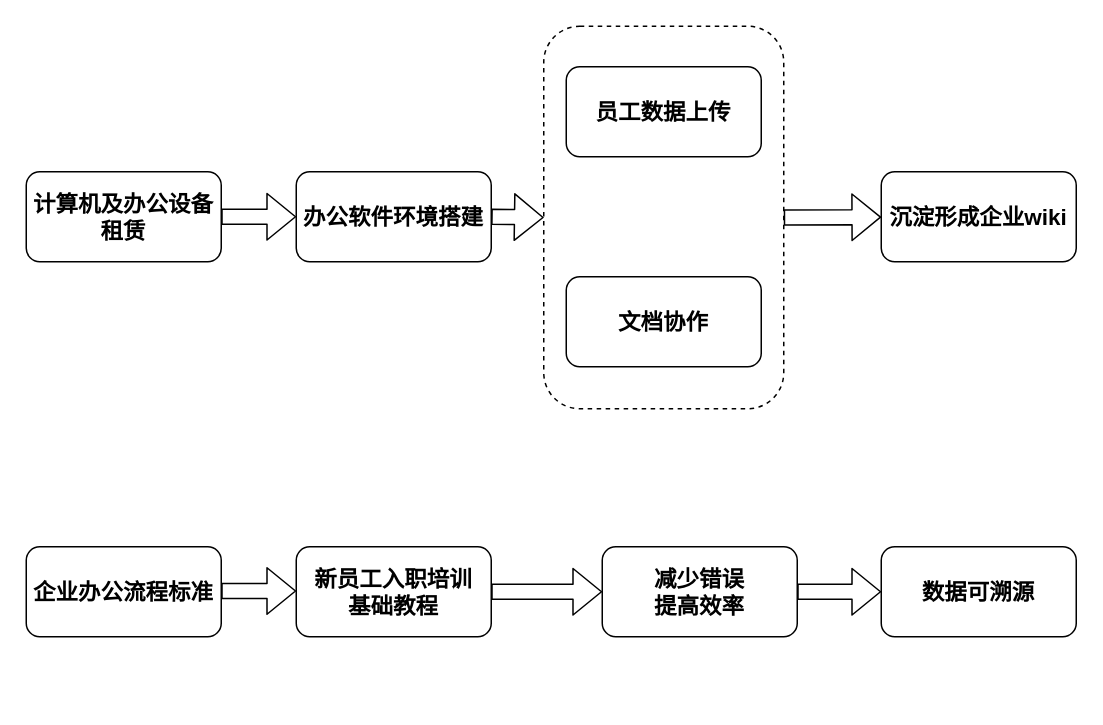
Before: 办公区监控及WiFi.drawio in UTOUUCENTER-CD/Adv-Mathematics, a draw.io diagram. Source tidied: cells renumbered, new cells numbered last; positions are measured from the earlier drawing's top-left corner, leaving out a move shared by most shapes. Both pictures are drawn from the tidied source at 150%, with x=0, y=0 at pixel (26, 26).
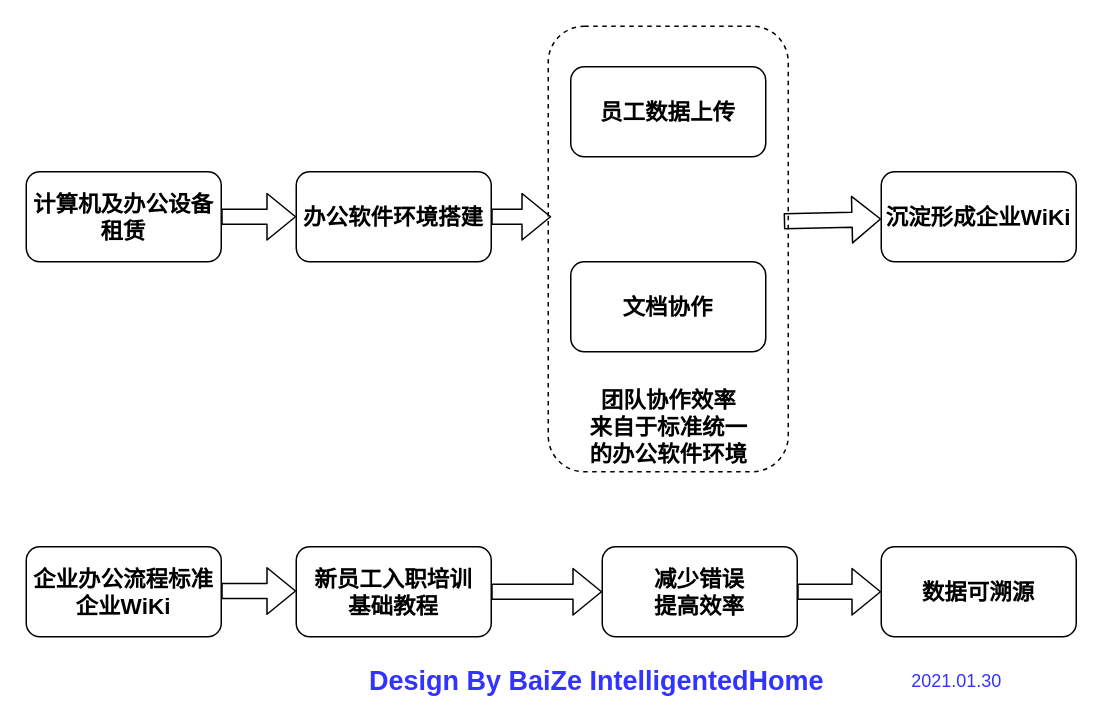
The same diagram, later.

Commit message (it also covers changes not shown here):
Update 办公区监控及WiFi.drawio

The change refers to these unchanged cells:
```xml
<mxCell id="4" value="办公软件环境搭建" style="rounded=1;whiteSpace=wrap;html=1;fontStyle=1;fontSize=15;" parent="1" vertex="1">
  <mxGeometry x="180" y="97" width="130" height="60" as="geometry" />
</mxCell>
```

What changed in the source:
```diff
@@
     <mxCell id="2" style="rounded=1;whiteSpace=wrap;html=1;dashed=1;" parent="1" vertex="1">
-      <mxGeometry x="345" width="160" height="255" as="geometry" />
+      <mxGeometry x="348" width="160" height="297" as="geometry" />
     </mxCell>
@@
     <mxCell id="5" value="员工数据上传" style="rounded=1;whiteSpace=wrap;html=1;fontStyle=1;fontSize=15;" parent="1" vertex="1">
-      <mxGeometry x="360" y="27" width="130" height="60" as="geometry" />
+      <mxGeometry x="363" y="27" width="130" height="60" as="geometry" />
     </mxCell>
     <mxCell id="6" value="文档协作" style="rounded=1;whiteSpace=wrap;html=1;fontStyle=1;fontSize=15;" parent="1" vertex="1">
-      <mxGeometry x="360" y="167" width="130" height="60" as="geometry" />
+      <mxGeometry x="363" y="157" width="130" height="60" as="geometry" />
     </mxCell>
-    <mxCell id="7" value="沉淀形成企业wiki" style="rounded=1;whiteSpace=wrap;html=1;fontStyle=1;fontSize=15;" parent="1" vertex="1">
+    <mxCell id="7" value="沉淀形成企业WiKi" style="rounded=1;whiteSpace=wrap;html=1;fontStyle=1;fontSize=15;" parent="1" vertex="1">
       <mxGeometry x="570" y="97" width="130" height="60" as="geometry" />
     </mxCell>
@@
-    <mxCell id="9" style="shape=flexArrow;endArrow=classic;html=1;exitX=1;exitY=0.5;exitDx=0;exitDy=0;entryX=0;entryY=0.5;entryDx=0;entryDy=0;" parent="1" edge="1" source="4" target="2">
-      <mxGeometry relative="1" as="geometry" />
+    <mxCell id="9" style="shape=flexArrow;endArrow=classic;html=1;exitX=1;exitY=0.5;exitDx=0;exitDy=0;" parent="1" edge="1" source="4">
+      <mxGeometry relative="1" as="geometry">
+        <mxPoint x="350" y="127" as="targetPoint" />
+      </mxGeometry>
     </mxCell>
-    <mxCell id="10" style="shape=flexArrow;endArrow=classic;html=1;exitX=1;exitY=0.5;exitDx=0;exitDy=0;" parent="1" edge="1" source="2" target="7">
-      <mxGeometry relative="1" as="geometry" />
+    <mxCell id="10" style="shape=flexArrow;endArrow=classic;html=1;" parent="1" edge="1" target="7">
+      <mxGeometry relative="1" as="geometry">
+        <mxPoint x="505" y="130" as="sourcePoint" />
+      </mxGeometry>
     </mxCell>
-    <mxCell id="11" value="企业办公流程标准" style="rounded=1;whiteSpace=wrap;html=1;fontStyle=1;fontSize=15;" parent="1" vertex="1">
+    <mxCell id="11" value="企业办公流程标准&lt;br&gt;企业WiKi" style="rounded=1;whiteSpace=wrap;html=1;fontStyle=1;fontSize=15;" parent="1" vertex="1">
       <mxGeometry y="347" width="130" height="60" as="geometry" />
     </mxCell>
@@
+    <mxCell id="18" value="&lt;b&gt;&lt;font style=&quot;font-size: 18px&quot; color=&quot;#3333ff&quot;&gt;Design By BaiZe IntelligentedHome&lt;/font&gt;&lt;/b&gt;" style="text;html=1;align=center;verticalAlign=middle;" parent="1" vertex="1">
+      <mxGeometry x="220" y="427" width="320" height="20" as="geometry" />
+    </mxCell>
+    <mxCell id="19" value="&lt;font color=&quot;#3333ff&quot;&gt;2021.01.30&lt;/font&gt;" style="text;html=1;align=center;verticalAlign=middle;" parent="1" vertex="1">
+      <mxGeometry x="580" y="427" width="80" height="20" as="geometry" />
+    </mxCell>
+    <mxCell id="20" value="&lt;b&gt;&lt;font style=&quot;font-size: 15px&quot;&gt;团队协作效率&lt;br&gt;来自于标准统一&lt;br&gt;的办公软件环境&lt;br&gt;&lt;/font&gt;&lt;/b&gt;" style="text;html=1;align=center;verticalAlign=middle;" parent="1" vertex="1">
+      <mxGeometry x="368" y="242" width="120" height="50" as="geometry" />
+    </mxCell>
```
